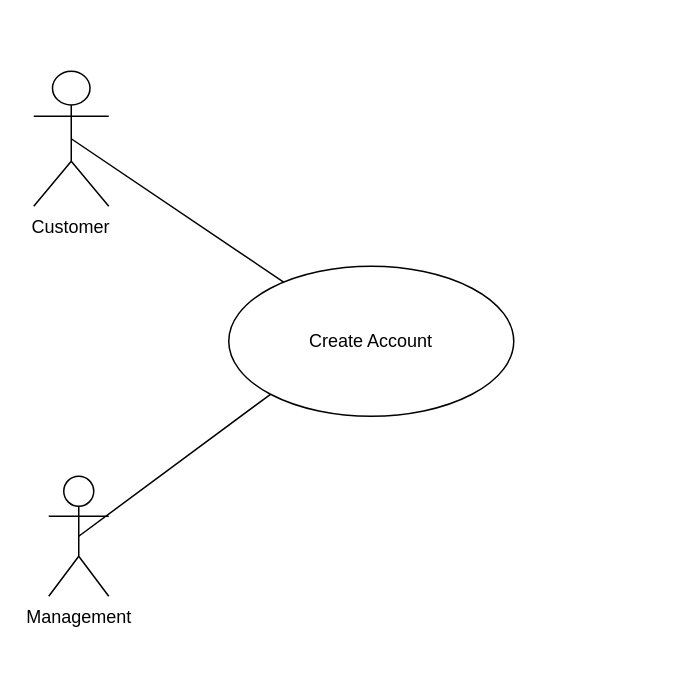
Above: CITM305-Tutorial 1 Diagram.drawio in S-Nenada/github-slideshow (draw.io), before the change. Source tidied: cells renumbered, new cells numbered last; positions are measured from the earlier drawing's top-left corner, leaving out a move shared by most shapes. Both pictures are drawn from the tidied source at 150%, with x=0, y=0 at pixel (33, 70).
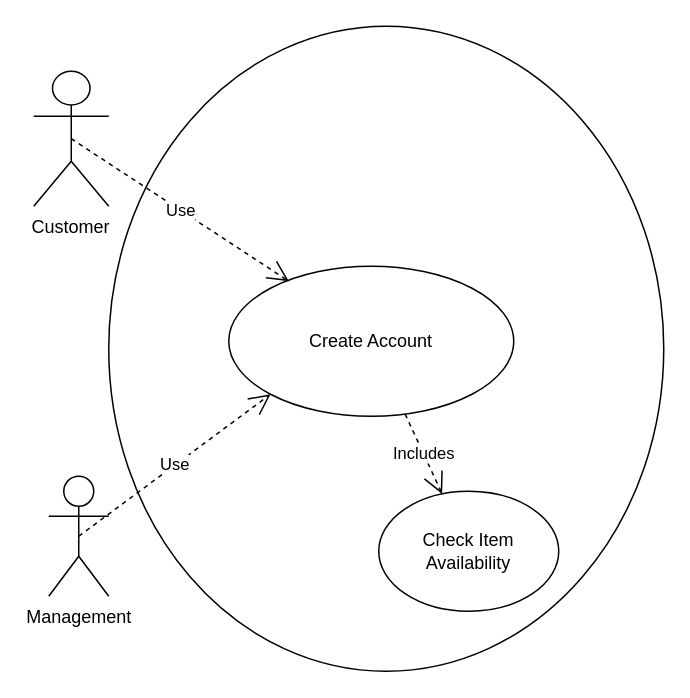
After the change.

Diff of the diagram source:
```diff
@@
 <mxGraphModel>
   <root>
     <mxCell id="0" />
     <mxCell id="1" parent="0" />
+    <mxCell id="7" style="ellipse;whiteSpace=wrap;html=1;" parent="1" vertex="1">
+      <mxGeometry x="50" y="-30" width="370" height="430" as="geometry" />
+    </mxCell>
     <mxCell id="2" value="Customer" style="shape=umlActor;verticalLabelPosition=bottom;verticalAlign=top;html=1;whiteSpace=wrap;" parent="1" vertex="1">
       <mxGeometry width="50" height="90" as="geometry" />
     </mxCell>
     <mxCell id="3" value="Management" style="shape=umlActor;verticalLabelPosition=bottom;verticalAlign=top;html=1;" parent="1" vertex="1">
       <mxGeometry x="10" y="270" width="40" height="80" as="geometry" />
     </mxCell>
     <mxCell id="4" value="Create Account" style="ellipse;whiteSpace=wrap;html=1;" parent="1" vertex="1">
       <mxGeometry x="130" y="130" width="190" height="100" as="geometry" />
     </mxCell>
-    <mxCell id="5" style="endArrow=none;html=1;entryX=0.5;entryY=0.5;entryDx=0;entryDy=0;entryPerimeter=0;" parent="1" edge="1" source="4" target="2">
-      <mxGeometry relative="1" as="geometry" />
-    </mxCell>
+    <mxCell id="8" value="Use" style="endArrow=open;endSize=12;dashed=1;html=1;exitX=0.5;exitY=0.5;exitDx=0;exitDy=0;exitPerimeter=0;entryX=0.211;entryY=0.1;entryDx=0;entryDy=0;entryPerimeter=0;" parent="1" edge="1" source="2" target="4">
+      <mxGeometry relative="1" as="geometry" />
+    </mxCell>
-    <mxCell id="6" style="endArrow=none;html=1;exitX=0.5;exitY=0.5;exitDx=0;exitDy=0;exitPerimeter=0;entryX=0;entryY=1;entryDx=0;entryDy=0;" parent="1" edge="1" source="3" target="4">
+    <mxCell id="6" value="Use" style="endArrow=open;endSize=12;dashed=1;html=1;exitX=0.5;exitY=0.5;exitDx=0;exitDy=0;exitPerimeter=0;entryX=0;entryY=1;entryDx=0;entryDy=0;" parent="1" edge="1" source="3" target="4">
       <mxGeometry relative="1" as="geometry" />
     </mxCell>
+    <mxCell id="9" value="Check Item Availability" style="ellipse;whiteSpace=wrap;html=1;" parent="1" vertex="1">
+      <mxGeometry x="230" y="280" width="120" height="80" as="geometry" />
+    </mxCell>
+    <mxCell id="10" value="Includes" style="endArrow=open;endSize=12;dashed=1;html=1;" parent="1" edge="1" source="4" target="9">
+      <mxGeometry relative="1" as="geometry" />
+    </mxCell>
   </root>
 </mxGraphModel>
```
